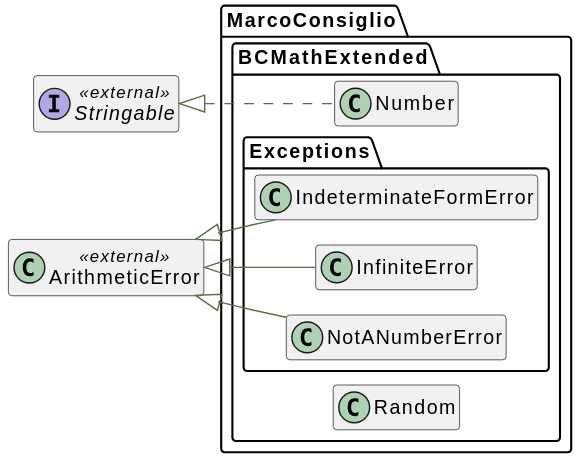
Above: docs/html/graphs/classes.svg in MarcoConsiglio/bcmath-extended (PlantUML), before the change. Its diagram source:
```plantuml
@startuml
!pragma layout smetana
   skinparam ArrowColor #516f42
   skinparam activityBorderColor #516f42
   skinparam activityBackgroundColor #ffffff
   skinparam activityDiamondBorderColor #516f42
   skinparam activityDiamondBackgroundColor #ffffff
   skinparam shadowing false

skinparam shadowing false
skinparam linetype ortho
hide empty members
left to right direction
set namespaceSeparator \\

interface "Stringable" as Stringable__class << external >>{
}
namespace MarcoConsiglio\\BCMathExtended {
     class "Number" as Number__class    implements \\Stringable__class {
    }
}
namespace MarcoConsiglio\\BCMathExtended {
     class "Random" as Random__class    {
    }
}
class "ArithmeticError" as ArithmeticError__class << external >>{
}
namespace MarcoConsiglio\\BCMathExtended\\Exceptions {
     class "IndeterminateFormError" as IndeterminateFormError__class   extends \\ArithmeticError__class  {
    }
}
namespace MarcoConsiglio\\BCMathExtended\\Exceptions {
     class "InfiniteError" as InfiniteError__class   extends \\ArithmeticError__class  {
    }
}
namespace MarcoConsiglio\\BCMathExtended\\Exceptions {
     class "NotANumberError" as NotANumberError__class   extends \\ArithmeticError__class  {
    }
}
@enduml
```
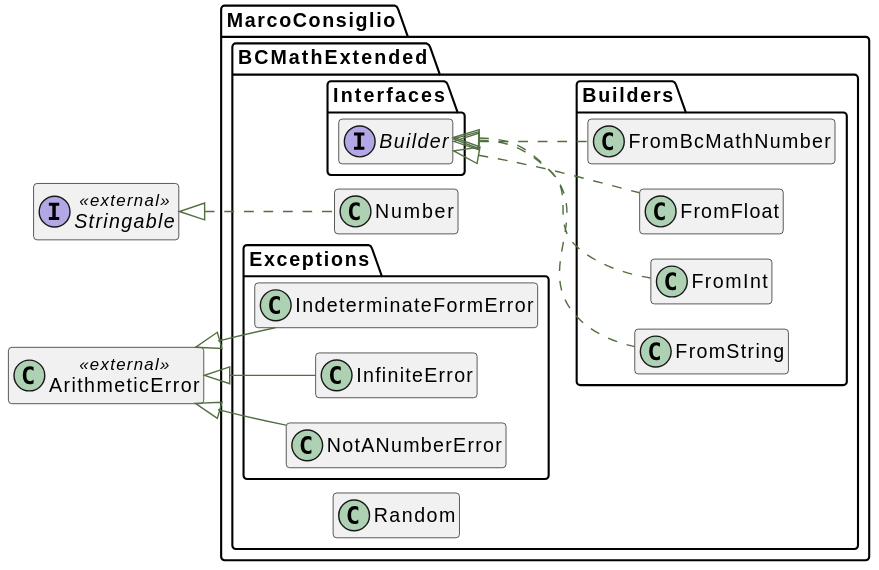
The same diagram one commit later.

Change to the diagram source:
```diff
@@ -23,6 +23,26 @@
      class "Random" as Random__class    {
     }
 }
+namespace MarcoConsiglio\\BCMathExtended\\Interfaces {
+    interface "Builder" as Builder__interface  {
+    }
+}
+namespace MarcoConsiglio\\BCMathExtended\\Builders {
+     class "FromBcMathNumber" as FromBcMathNumber__class    implements \\MarcoConsiglio\\BCMathExtended\\Interfaces\\Builder__interface {
+    }
+}
+namespace MarcoConsiglio\\BCMathExtended\\Builders {
+     class "FromFloat" as FromFloat__class    implements \\MarcoConsiglio\\BCMathExtended\\Interfaces\\Builder__interface {
+    }
+}
+namespace MarcoConsiglio\\BCMathExtended\\Builders {
+     class "FromInt" as FromInt__class    implements \\MarcoConsiglio\\BCMathExtended\\Interfaces\\Builder__interface {
+    }
+}
+namespace MarcoConsiglio\\BCMathExtended\\Builders {
+     class "FromString" as FromString__class    implements \\MarcoConsiglio\\BCMathExtended\\Interfaces\\Builder__interface {
+    }
+}
 class "ArithmeticError" as ArithmeticError__class << external >>{
 }
 namespace MarcoConsiglio\\BCMathExtended\\Exceptions {
```
